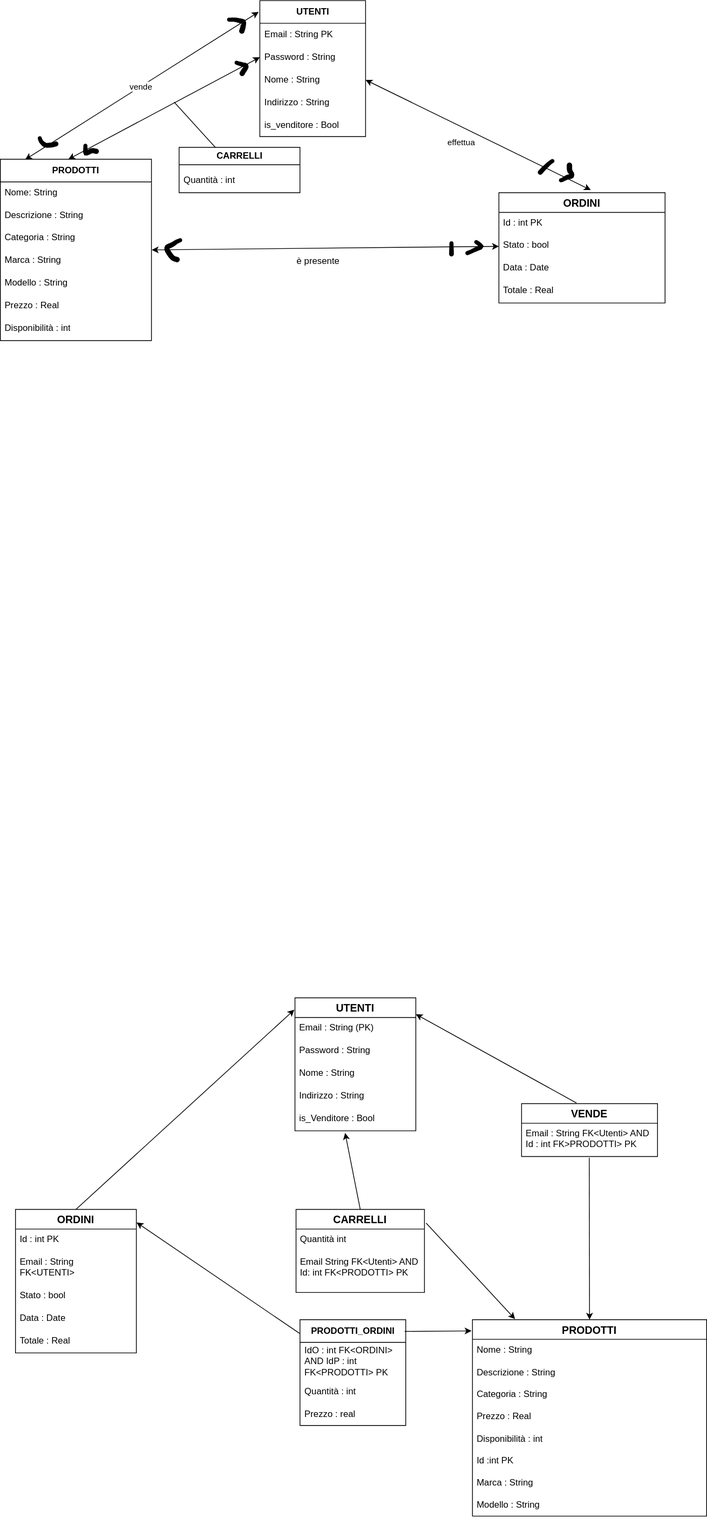
The draw.io diagram 2023-2024/Basi di Dati/Progetto/Diagramma E-Commerce.svg in paolotito1803/Informatica, before a commit. Source tidied: cells renumbered, new cells last; positions are measured from the earlier drawing's top-left corner, leaving out a move shared by most shapes.
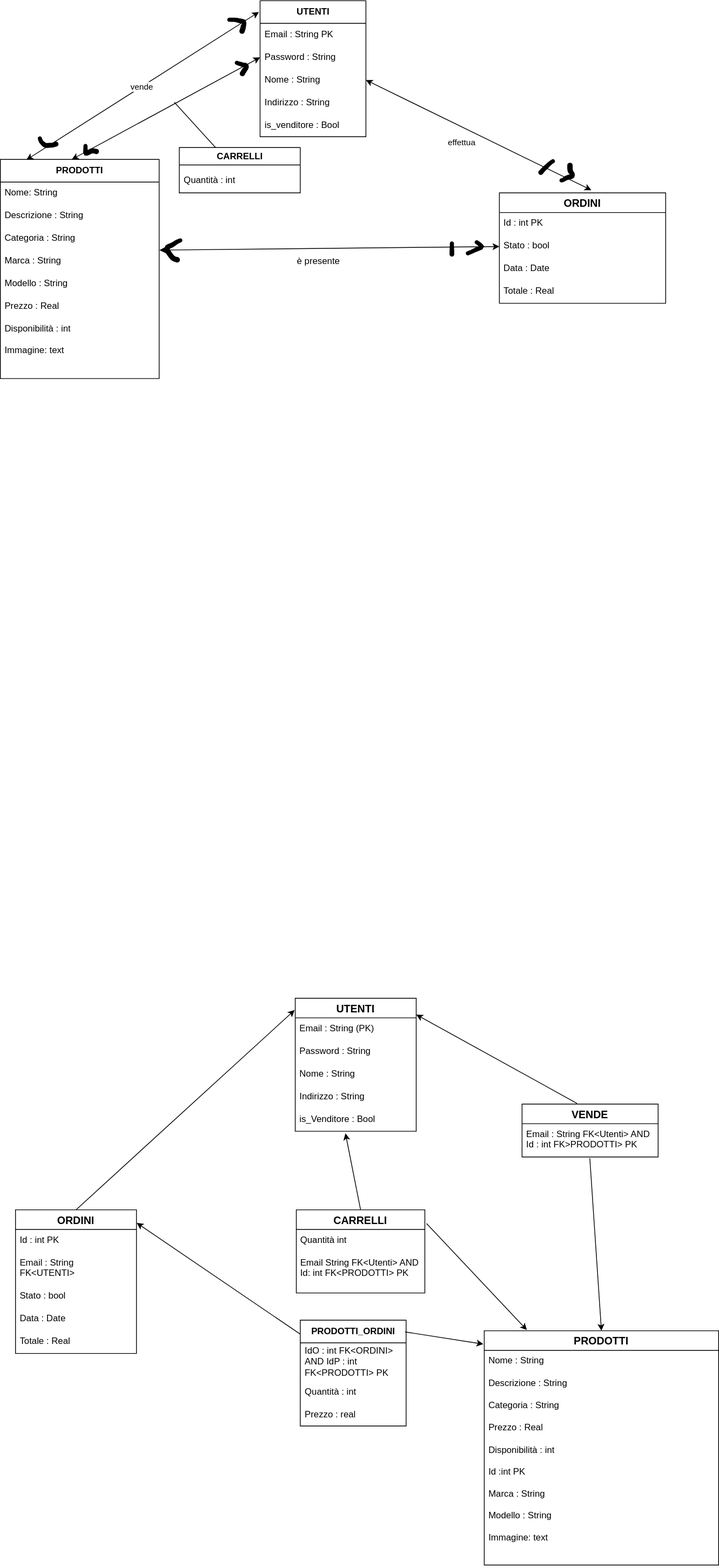
Above is the later version.

Commit message:
Aggiornamento diagramma

What changed in the source:
```diff
@@ -59,7 +59,7 @@
       <mxGeometry y="160" width="160" height="30" as="geometry" />
     </mxCell>
     <mxCell id="20" value="PRODOTTI" style="swimlane;fontStyle=1;horizontal=1;startSize=26;align=center;fontSize=14;" parent="1" vertex="1">
-      <mxGeometry x="625" y="1746" width="310" height="260" as="geometry" />
+      <mxGeometry x="640" y="1760" width="310" height="310" as="geometry" />
     </mxCell>
     <mxCell id="21" value="Nome : String" style="text;strokeColor=none;fillColor=none;spacingLeft=4;spacingRight=4;overflow=hidden;fontSize=12;whiteSpace=wrap;html=1;" parent="20" vertex="1">
       <mxGeometry y="26" width="310" height="30" as="geometry" />
@@ -67,8 +67,8 @@
     <mxCell id="22" value="Descrizione : String&lt;div&gt;&lt;br&gt;&lt;/div&gt;&lt;div&gt;Categoria : String&lt;/div&gt;&lt;div&gt;&lt;br&gt;&lt;/div&gt;&lt;div&gt;Prezzo : Real&lt;/div&gt;" style="text;strokeColor=none;fillColor=none;spacingLeft=4;spacingRight=4;overflow=hidden;fontSize=12;whiteSpace=wrap;html=1;" parent="20" vertex="1">
       <mxGeometry y="56" width="310" height="74" as="geometry" />
     </mxCell>
-    <mxCell id="23" value="&lt;div&gt;&lt;br&gt;&lt;/div&gt;Disponibilità : int&lt;div&gt;&lt;br&gt;&lt;/div&gt;&lt;div&gt;Id :int PK&lt;/div&gt;&lt;div&gt;&lt;br&gt;&lt;/div&gt;&lt;div&gt;Marca : String&lt;/div&gt;&lt;div&gt;&lt;br&gt;&lt;/div&gt;&lt;div&gt;Modello : String&lt;/div&gt;" style="text;strokeColor=none;fillColor=none;spacingLeft=4;spacingRight=4;overflow=hidden;fontSize=12;whiteSpace=wrap;html=1;" parent="20" vertex="1">
-      <mxGeometry y="130" width="310" height="130" as="geometry" />
+    <mxCell id="23" value="&lt;div&gt;&lt;br&gt;&lt;/div&gt;Disponibilità : int&lt;div&gt;&lt;br&gt;&lt;/div&gt;&lt;div&gt;Id :int PK&lt;/div&gt;&lt;div&gt;&lt;br&gt;&lt;/div&gt;&lt;div&gt;Marca : String&lt;/div&gt;&lt;div&gt;&lt;br&gt;&lt;/div&gt;&lt;div&gt;Modello : String&lt;/div&gt;&lt;div&gt;&lt;br&gt;&lt;/div&gt;&lt;div&gt;Immagine: text&lt;/div&gt;" style="text;strokeColor=none;fillColor=none;spacingLeft=4;spacingRight=4;overflow=hidden;fontSize=12;whiteSpace=wrap;html=1;" parent="20" vertex="1">
+      <mxGeometry y="130" width="310" height="180" as="geometry" />
     </mxCell>
     <mxCell id="24" value="CARRELLI" style="swimlane;fontStyle=1;horizontal=1;startSize=26;align=center;fontSize=14;" parent="1" vertex="1">
       <mxGeometry x="391.4" y="1600" width="170" height="110" as="geometry" />
@@ -119,28 +119,28 @@
       <mxGeometry y="150" width="140" height="30" as="geometry" />
     </mxCell>
     <mxCell id="40" value="&lt;b&gt;PRODOTTI&lt;/b&gt;" style="swimlane;fontStyle=0;horizontal=1;startSize=30;whiteSpace=wrap;html=1;" parent="1" vertex="1">
-      <mxGeometry y="210" width="200" height="240" as="geometry" />
+      <mxGeometry y="210" width="210" height="290" as="geometry" />
     </mxCell>
     <mxCell id="41" value="Nome: String" style="text;strokeColor=none;fillColor=none;spacingLeft=4;spacingRight=4;overflow=hidden;fontSize=12;whiteSpace=wrap;html=1;" parent="40" vertex="1">
-      <mxGeometry y="30" width="200" height="30" as="geometry" />
+      <mxGeometry y="30" width="210" height="30" as="geometry" />
     </mxCell>
     <mxCell id="42" value="Descrizione : String" style="text;strokeColor=none;fillColor=none;spacingLeft=4;spacingRight=4;overflow=hidden;fontSize=12;whiteSpace=wrap;html=1;" parent="40" vertex="1">
-      <mxGeometry y="60" width="200" height="30" as="geometry" />
+      <mxGeometry y="60" width="210" height="30" as="geometry" />
     </mxCell>
     <mxCell id="43" value="Categoria : String" style="text;strokeColor=none;fillColor=none;spacingLeft=4;spacingRight=4;overflow=hidden;fontSize=12;whiteSpace=wrap;html=1;" parent="40" vertex="1">
-      <mxGeometry y="90" width="200" height="30" as="geometry" />
+      <mxGeometry y="90" width="210" height="30" as="geometry" />
     </mxCell>
     <mxCell id="44" value="Marca : String" style="text;strokeColor=none;fillColor=none;spacingLeft=4;spacingRight=4;overflow=hidden;points=[[0,0.5],[1,0.5]];portConstraint=eastwest;fontSize=12;whiteSpace=wrap;html=1;" parent="40" vertex="1">
-      <mxGeometry y="120" width="200" height="30" as="geometry" />
+      <mxGeometry y="120" width="210" height="30" as="geometry" />
     </mxCell>
     <mxCell id="45" value="Modello : String" style="text;strokeColor=none;fillColor=none;spacingLeft=4;spacingRight=4;overflow=hidden;fontSize=12;whiteSpace=wrap;html=1;" parent="40" vertex="1">
-      <mxGeometry y="150" width="200" height="30" as="geometry" />
+      <mxGeometry y="150" width="210" height="30" as="geometry" />
     </mxCell>
     <mxCell id="46" value="Prezzo : Real" style="text;strokeColor=none;fillColor=none;spacingLeft=4;spacingRight=4;overflow=hidden;fontSize=12;whiteSpace=wrap;html=1;" parent="40" vertex="1">
-      <mxGeometry y="180" width="200" height="30" as="geometry" />
+      <mxGeometry y="180" width="210" height="30" as="geometry" />
     </mxCell>
-    <mxCell id="47" value="Disponibilità : int" style="text;strokeColor=none;fillColor=none;spacingLeft=4;spacingRight=4;overflow=hidden;fontSize=12;whiteSpace=wrap;html=1;" parent="40" vertex="1">
-      <mxGeometry y="210" width="200" height="30" as="geometry" />
+    <mxCell id="47" value="Disponibilità : int&lt;div&gt;&lt;br&gt;&lt;/div&gt;&lt;div&gt;Immagine: text&lt;/div&gt;" style="text;strokeColor=none;fillColor=none;spacingLeft=4;spacingRight=4;overflow=hidden;fontSize=12;whiteSpace=wrap;html=1;" parent="40" vertex="1">
+      <mxGeometry y="210" width="210" height="80" as="geometry" />
     </mxCell>
     <mxCell id="48" value="ORDINI" style="swimlane;fontStyle=1;horizontal=1;startSize=26;align=center;fontSize=14;" parent="1" vertex="1">
       <mxGeometry x="660" y="254.3" width="220" height="146" as="geometry" />
```
